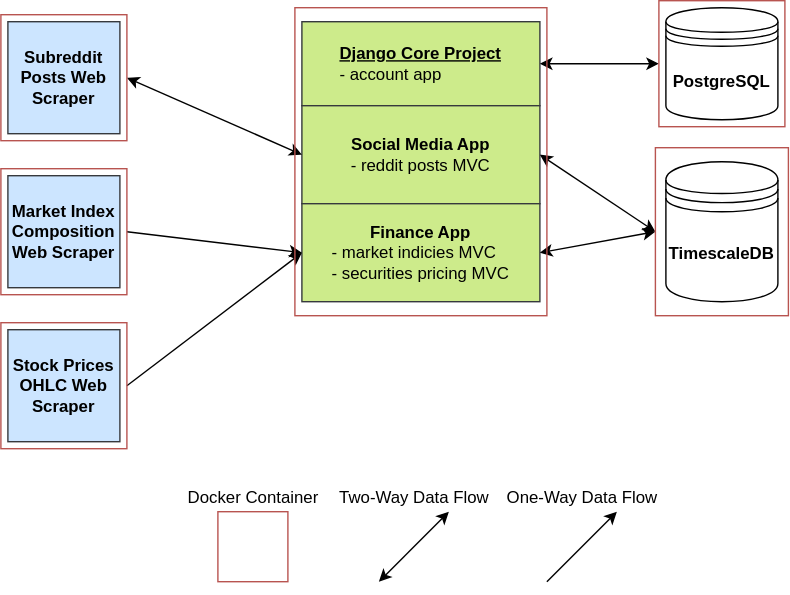
Earlier version of the draw.io export resources/Velkozz_Project.svg (velkoz-data-ingestion/velkozz_web_api). Source tidied: cells renumbered, new cells last; positions are measured from the earlier drawing's top-left corner, leaving out a move shared by most shapes. The source it was exported from:
```xml
<mxGraphModel>
  <root>
    <mxCell id="0" />
    <mxCell id="1" parent="0" />
    <mxCell id="2" value="&lt;div&gt;&lt;b&gt;&lt;u&gt;Django Core Project&lt;/u&gt;&lt;/b&gt;&lt;br&gt;&lt;/div&gt;&lt;div align=&quot;left&quot;&gt;- account app&lt;/div&gt;" style="rounded=0;whiteSpace=wrap;html=1;fillColor=#cdeb8b;strokeColor=#36393d;" parent="1" vertex="1">
      <mxGeometry x="215" y="15" width="170" height="60" as="geometry" />
    </mxCell>
    <mxCell id="3" value="&lt;div&gt;&lt;b&gt;Social Media App&lt;/b&gt;&lt;br&gt;&lt;/div&gt;&lt;div align=&quot;left&quot;&gt;- reddit posts MVC &lt;br&gt;&lt;/div&gt;" style="rounded=0;whiteSpace=wrap;html=1;fillColor=#cdeb8b;strokeColor=#36393d;" parent="1" vertex="1">
      <mxGeometry x="215" y="75" width="170" height="70" as="geometry" />
    </mxCell>
    <mxCell id="4" value="&lt;div&gt;&lt;b&gt;Finance App&lt;/b&gt;&lt;br&gt;&lt;/div&gt;&lt;div align=&quot;left&quot;&gt;- market indicies MVC &lt;br&gt;&lt;/div&gt;&lt;div align=&quot;left&quot;&gt;- securities pricing MVC&lt;br&gt;&lt;/div&gt;" style="rounded=0;whiteSpace=wrap;html=1;fillColor=#cdeb8b;strokeColor=#36393d;" parent="1" vertex="1">
      <mxGeometry x="215" y="145" width="170" height="70" as="geometry" />
    </mxCell>
    <mxCell id="5" style="whiteSpace=wrap;html=1;strokeColor=#b85450;fillColor=none;" parent="1" vertex="1">
      <mxGeometry x="155" y="365" width="50" height="50" as="geometry" />
    </mxCell>
    <mxCell id="6" value="Docker Container" style="text;html=1;align=center;verticalAlign=middle;" parent="1" vertex="1">
      <mxGeometry x="125" y="345" width="110" height="20" as="geometry" />
    </mxCell>
    <mxCell id="7" style="endArrow=classic;startArrow=classic;html=1;" parent="1" edge="1">
      <mxGeometry relative="1" as="geometry">
        <mxPoint x="270" y="415" as="sourcePoint" />
        <mxPoint x="320" y="365" as="targetPoint" />
      </mxGeometry>
    </mxCell>
    <mxCell id="8" value="&lt;div&gt;Two-Way Data Flow&lt;/div&gt;" style="text;html=1;align=center;verticalAlign=middle;" parent="1" vertex="1">
      <mxGeometry x="235" y="345" width="120" height="20" as="geometry" />
    </mxCell>
    <mxCell id="9" value="&lt;b&gt;PostgreSQL&lt;/b&gt;" style="shape=datastore;whiteSpace=wrap;html=1;gradientColor=none;" parent="1" vertex="1">
      <mxGeometry x="475" y="5" width="80" height="80" as="geometry" />
    </mxCell>
    <mxCell id="10" value="&lt;b&gt;TimescaleDB&lt;/b&gt;" style="shape=datastore;whiteSpace=wrap;html=1;fillColor=#ffffff;gradientColor=none;" parent="1" vertex="1">
      <mxGeometry x="475" y="115" width="80" height="100" as="geometry" />
    </mxCell>
    <mxCell id="11" style="endArrow=classic;startArrow=classic;html=1;entryX=0;entryY=0.5;entryDx=0;entryDy=0;exitX=1;exitY=0.5;exitDx=0;exitDy=0;" parent="1" edge="1" source="2" target="23">
      <mxGeometry relative="1" as="geometry" />
    </mxCell>
    <mxCell id="12" style="endArrow=classic;startArrow=classic;html=1;exitX=1;exitY=0.5;exitDx=0;exitDy=0;entryX=0;entryY=0.5;entryDx=0;entryDy=0;" parent="1" edge="1" source="3" target="24">
      <mxGeometry relative="1" as="geometry" />
    </mxCell>
    <mxCell id="13" style="endArrow=classic;startArrow=classic;html=1;exitX=1;exitY=0.5;exitDx=0;exitDy=0;entryX=0;entryY=0.5;entryDx=0;entryDy=0;" parent="1" edge="1" source="4" target="24">
      <mxGeometry relative="1" as="geometry" />
    </mxCell>
    <mxCell id="14" value="&lt;b&gt;Subreddit Posts Web Scraper&lt;br&gt;&lt;/b&gt;" style="whiteSpace=wrap;html=1;fillColor=#cce5ff;strokeColor=#36393d;" parent="1" vertex="1">
      <mxGeometry x="5" y="15" width="80" height="80" as="geometry" />
    </mxCell>
    <mxCell id="15" value="&lt;b&gt;Market Index Composition Web Scraper&lt;br&gt;&lt;/b&gt;" style="whiteSpace=wrap;html=1;fillColor=#cce5ff;strokeColor=#36393d;" parent="1" vertex="1">
      <mxGeometry x="5" y="125" width="80" height="80" as="geometry" />
    </mxCell>
    <mxCell id="16" value="&lt;b&gt;Stock Prices OHLC Web Scraper&lt;br&gt;&lt;/b&gt;" style="whiteSpace=wrap;html=1;fillColor=#cce5ff;strokeColor=#36393d;" parent="1" vertex="1">
      <mxGeometry x="5" y="235" width="80" height="80" as="geometry" />
    </mxCell>
    <mxCell id="17" style="endArrow=classic;startArrow=classic;html=1;entryX=0;entryY=0.5;entryDx=0;entryDy=0;exitX=1;exitY=0.5;exitDx=0;exitDy=0;" parent="1" edge="1" source="22" target="3">
      <mxGeometry relative="1" as="geometry" />
    </mxCell>
    <mxCell id="18" style="endArrow=classic;html=1;entryX=0;entryY=0.5;entryDx=0;entryDy=0;exitX=1;exitY=0.5;exitDx=0;exitDy=0;" parent="1" edge="1" source="20" target="4">
      <mxGeometry relative="1" as="geometry" />
    </mxCell>
    <mxCell id="19" style="endArrow=classic;html=1;exitX=1;exitY=0.5;exitDx=0;exitDy=0;entryX=0;entryY=0.5;entryDx=0;entryDy=0;" parent="1" edge="1" source="21" target="4">
      <mxGeometry relative="1" as="geometry" />
    </mxCell>
    <mxCell id="20" value="&lt;b&gt;&lt;br&gt;&lt;/b&gt;" style="whiteSpace=wrap;html=1;strokeColor=#b85450;fillColor=none;" parent="1" vertex="1">
      <mxGeometry y="120" width="90" height="90" as="geometry" />
    </mxCell>
    <mxCell id="21" value="&lt;b&gt;&lt;br&gt;&lt;/b&gt;" style="whiteSpace=wrap;html=1;strokeColor=#b85450;fillColor=none;" parent="1" vertex="1">
      <mxGeometry y="230" width="90" height="90" as="geometry" />
    </mxCell>
    <mxCell id="22" value="&lt;b&gt;&lt;br&gt;&lt;/b&gt;" style="whiteSpace=wrap;html=1;strokeColor=#b85450;fillColor=none;" parent="1" vertex="1">
      <mxGeometry y="10" width="90" height="90" as="geometry" />
    </mxCell>
    <mxCell id="23" value="&lt;b&gt;&lt;br&gt;&lt;/b&gt;" style="whiteSpace=wrap;html=1;strokeColor=#b85450;fillColor=none;" parent="1" vertex="1">
      <mxGeometry x="470" width="90" height="90" as="geometry" />
    </mxCell>
    <mxCell id="24" style="rounded=0;whiteSpace=wrap;html=1;strokeColor=#b85450;fillColor=none;" parent="1" vertex="1">
      <mxGeometry x="467.5" y="105" width="95" height="120" as="geometry" />
    </mxCell>
    <mxCell id="25" style="rounded=0;whiteSpace=wrap;html=1;strokeColor=#b85450;fillColor=none;" parent="1" vertex="1">
      <mxGeometry x="210" y="5" width="180" height="220" as="geometry" />
    </mxCell>
    <mxCell id="26" style="endArrow=classic;html=1;" parent="1" edge="1">
      <mxGeometry relative="1" as="geometry">
        <mxPoint x="390" y="415" as="sourcePoint" />
        <mxPoint x="440" y="365" as="targetPoint" />
      </mxGeometry>
    </mxCell>
    <mxCell id="27" value="&lt;div&gt;One-Way Data Flow&lt;/div&gt;" style="text;html=1;align=center;verticalAlign=middle;" parent="1" vertex="1">
      <mxGeometry x="355" y="345" width="120" height="20" as="geometry" />
    </mxCell>
  </root>
</mxGraphModel>
```
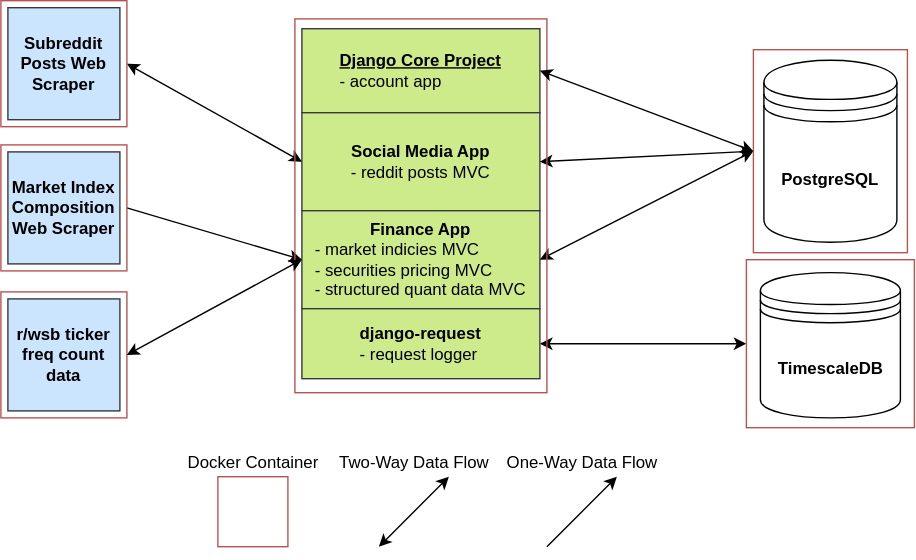
The same file after the commit.

The edit, as a diff of the source:
```diff
@@ -3,36 +3,36 @@
     <mxCell id="0" />
     <mxCell id="1" parent="0" />
     <mxCell id="2" value="&lt;div&gt;&lt;b&gt;&lt;u&gt;Django Core Project&lt;/u&gt;&lt;/b&gt;&lt;br&gt;&lt;/div&gt;&lt;div align=&quot;left&quot;&gt;- account app&lt;/div&gt;" style="rounded=0;whiteSpace=wrap;html=1;fillColor=#cdeb8b;strokeColor=#36393d;" parent="1" vertex="1">
-      <mxGeometry x="215" y="15" width="170" height="60" as="geometry" />
+      <mxGeometry x="215" y="65" width="170" height="60" as="geometry" />
     </mxCell>
     <mxCell id="3" value="&lt;div&gt;&lt;b&gt;Social Media App&lt;/b&gt;&lt;br&gt;&lt;/div&gt;&lt;div align=&quot;left&quot;&gt;- reddit posts MVC &lt;br&gt;&lt;/div&gt;" style="rounded=0;whiteSpace=wrap;html=1;fillColor=#cdeb8b;strokeColor=#36393d;" parent="1" vertex="1">
-      <mxGeometry x="215" y="75" width="170" height="70" as="geometry" />
+      <mxGeometry x="215" y="125" width="170" height="70" as="geometry" />
     </mxCell>
-    <mxCell id="4" value="&lt;div&gt;&lt;b&gt;Finance App&lt;/b&gt;&lt;br&gt;&lt;/div&gt;&lt;div align=&quot;left&quot;&gt;- market indicies MVC &lt;br&gt;&lt;/div&gt;&lt;div align=&quot;left&quot;&gt;- securities pricing MVC&lt;br&gt;&lt;/div&gt;" style="rounded=0;whiteSpace=wrap;html=1;fillColor=#cdeb8b;strokeColor=#36393d;" parent="1" vertex="1">
-      <mxGeometry x="215" y="145" width="170" height="70" as="geometry" />
+    <mxCell id="4" value="&lt;div&gt;&lt;b&gt;Finance App&lt;/b&gt;&lt;br&gt;&lt;/div&gt;&lt;div align=&quot;left&quot;&gt;- market indicies MVC &lt;br&gt;&lt;/div&gt;&lt;div align=&quot;left&quot;&gt;- securities pricing MVC&lt;/div&gt;&lt;div&gt;- structured quant data MVC&lt;br&gt;&lt;/div&gt;" style="rounded=0;whiteSpace=wrap;html=1;fillColor=#cdeb8b;strokeColor=#36393d;" parent="1" vertex="1">
+      <mxGeometry x="215" y="195" width="170" height="70" as="geometry" />
     </mxCell>
     <mxCell id="5" style="whiteSpace=wrap;html=1;strokeColor=#b85450;fillColor=none;" parent="1" vertex="1">
-      <mxGeometry x="155" y="365" width="50" height="50" as="geometry" />
+      <mxGeometry x="155" y="385" width="50" height="50" as="geometry" />
     </mxCell>
     <mxCell id="6" value="Docker Container" style="text;html=1;align=center;verticalAlign=middle;" parent="1" vertex="1">
-      <mxGeometry x="125" y="345" width="110" height="20" as="geometry" />
+      <mxGeometry x="125" y="365" width="110" height="20" as="geometry" />
     </mxCell>
     <mxCell id="7" style="endArrow=classic;startArrow=classic;html=1;" parent="1" edge="1">
       <mxGeometry relative="1" as="geometry">
-        <mxPoint x="270" y="415" as="sourcePoint" />
-        <mxPoint x="320" y="365" as="targetPoint" />
+        <mxPoint x="270" y="435" as="sourcePoint" />
+        <mxPoint x="320" y="385" as="targetPoint" />
       </mxGeometry>
     </mxCell>
     <mxCell id="8" value="&lt;div&gt;Two-Way Data Flow&lt;/div&gt;" style="text;html=1;align=center;verticalAlign=middle;" parent="1" vertex="1">
-      <mxGeometry x="235" y="345" width="120" height="20" as="geometry" />
+      <mxGeometry x="235" y="365" width="120" height="20" as="geometry" />
     </mxCell>
     <mxCell id="9" value="&lt;b&gt;PostgreSQL&lt;/b&gt;" style="shape=datastore;whiteSpace=wrap;html=1;gradientColor=none;" parent="1" vertex="1">
-      <mxGeometry x="475" y="5" width="80" height="80" as="geometry" />
+      <mxGeometry x="545" y="87.5" width="95" height="130" as="geometry" />
     </mxCell>
     <mxCell id="10" value="&lt;b&gt;TimescaleDB&lt;/b&gt;" style="shape=datastore;whiteSpace=wrap;html=1;fillColor=#ffffff;gradientColor=none;" parent="1" vertex="1">
-      <mxGeometry x="475" y="115" width="80" height="100" as="geometry" />
+      <mxGeometry x="542.5" y="239.2" width="100" height="103.8" as="geometry" />
     </mxCell>
-    <mxCell id="11" style="endArrow=classic;startArrow=classic;html=1;entryX=0;entryY=0.5;entryDx=0;entryDy=0;exitX=1;exitY=0.5;exitDx=0;exitDy=0;" parent="1" edge="1" source="2" target="23">
+    <mxCell id="11" style="endArrow=classic;startArrow=classic;html=1;entryX=0;entryY=0.5;entryDx=0;entryDy=0;exitX=1;exitY=0.5;exitDx=0;exitDy=0;" parent="1" edge="1" source="30" target="23">
       <mxGeometry relative="1" as="geometry" />
     </mxCell>
     <mxCell id="12" style="endArrow=classic;startArrow=classic;html=1;exitX=1;exitY=0.5;exitDx=0;exitDy=0;entryX=0;entryY=0.5;entryDx=0;entryDy=0;" parent="1" edge="1" source="3" target="24">
@@ -42,49 +42,55 @@
       <mxGeometry relative="1" as="geometry" />
     </mxCell>
     <mxCell id="14" value="&lt;b&gt;Subreddit Posts Web Scraper&lt;br&gt;&lt;/b&gt;" style="whiteSpace=wrap;html=1;fillColor=#cce5ff;strokeColor=#36393d;" parent="1" vertex="1">
-      <mxGeometry x="5" y="15" width="80" height="80" as="geometry" />
+      <mxGeometry x="5" y="50" width="80" height="80" as="geometry" />
     </mxCell>
     <mxCell id="15" value="&lt;b&gt;Market Index Composition Web Scraper&lt;br&gt;&lt;/b&gt;" style="whiteSpace=wrap;html=1;fillColor=#cce5ff;strokeColor=#36393d;" parent="1" vertex="1">
-      <mxGeometry x="5" y="125" width="80" height="80" as="geometry" />
+      <mxGeometry x="5" y="153" width="80" height="80" as="geometry" />
     </mxCell>
-    <mxCell id="16" value="&lt;b&gt;Stock Prices OHLC Web Scraper&lt;br&gt;&lt;/b&gt;" style="whiteSpace=wrap;html=1;fillColor=#cce5ff;strokeColor=#36393d;" parent="1" vertex="1">
-      <mxGeometry x="5" y="235" width="80" height="80" as="geometry" />
-    </mxCell>
     <mxCell id="17" style="endArrow=classic;startArrow=classic;html=1;entryX=0;entryY=0.5;entryDx=0;entryDy=0;exitX=1;exitY=0.5;exitDx=0;exitDy=0;" parent="1" edge="1" source="22" target="3">
       <mxGeometry relative="1" as="geometry" />
     </mxCell>
     <mxCell id="18" style="endArrow=classic;html=1;entryX=0;entryY=0.5;entryDx=0;entryDy=0;exitX=1;exitY=0.5;exitDx=0;exitDy=0;" parent="1" edge="1" source="20" target="4">
       <mxGeometry relative="1" as="geometry" />
     </mxCell>
-    <mxCell id="19" style="endArrow=classic;html=1;exitX=1;exitY=0.5;exitDx=0;exitDy=0;entryX=0;entryY=0.5;entryDx=0;entryDy=0;" parent="1" edge="1" source="21" target="4">
-      <mxGeometry relative="1" as="geometry" />
-    </mxCell>
     <mxCell id="20" value="&lt;b&gt;&lt;br&gt;&lt;/b&gt;" style="whiteSpace=wrap;html=1;strokeColor=#b85450;fillColor=none;" parent="1" vertex="1">
-      <mxGeometry y="120" width="90" height="90" as="geometry" />
+      <mxGeometry y="148" width="90" height="90" as="geometry" />
     </mxCell>
-    <mxCell id="21" value="&lt;b&gt;&lt;br&gt;&lt;/b&gt;" style="whiteSpace=wrap;html=1;strokeColor=#b85450;fillColor=none;" parent="1" vertex="1">
-      <mxGeometry y="230" width="90" height="90" as="geometry" />
-    </mxCell>
     <mxCell id="22" value="&lt;b&gt;&lt;br&gt;&lt;/b&gt;" style="whiteSpace=wrap;html=1;strokeColor=#b85450;fillColor=none;" parent="1" vertex="1">
-      <mxGeometry y="10" width="90" height="90" as="geometry" />
+      <mxGeometry y="45" width="90" height="90" as="geometry" />
     </mxCell>
     <mxCell id="23" value="&lt;b&gt;&lt;br&gt;&lt;/b&gt;" style="whiteSpace=wrap;html=1;strokeColor=#b85450;fillColor=none;" parent="1" vertex="1">
-      <mxGeometry x="470" width="90" height="90" as="geometry" />
+      <mxGeometry x="532.5" y="230" width="120" height="120" as="geometry" />
     </mxCell>
     <mxCell id="24" style="rounded=0;whiteSpace=wrap;html=1;strokeColor=#b85450;fillColor=none;" parent="1" vertex="1">
-      <mxGeometry x="467.5" y="105" width="95" height="120" as="geometry" />
+      <mxGeometry x="537.5" y="80" width="110" height="145" as="geometry" />
     </mxCell>
     <mxCell id="25" style="rounded=0;whiteSpace=wrap;html=1;strokeColor=#b85450;fillColor=none;" parent="1" vertex="1">
-      <mxGeometry x="210" y="5" width="180" height="220" as="geometry" />
+      <mxGeometry x="210" y="58" width="180" height="267" as="geometry" />
     </mxCell>
     <mxCell id="26" style="endArrow=classic;html=1;" parent="1" edge="1">
       <mxGeometry relative="1" as="geometry">
-        <mxPoint x="390" y="415" as="sourcePoint" />
-        <mxPoint x="440" y="365" as="targetPoint" />
+        <mxPoint x="390" y="435" as="sourcePoint" />
+        <mxPoint x="440" y="385" as="targetPoint" />
       </mxGeometry>
     </mxCell>
     <mxCell id="27" value="&lt;div&gt;One-Way Data Flow&lt;/div&gt;" style="text;html=1;align=center;verticalAlign=middle;" parent="1" vertex="1">
-      <mxGeometry x="355" y="345" width="120" height="20" as="geometry" />
+      <mxGeometry x="355" y="365" width="120" height="20" as="geometry" />
     </mxCell>
+    <mxCell id="28" value="&lt;b&gt;r/wsb ticker freq count data&lt;br&gt;&lt;/b&gt;" style="whiteSpace=wrap;html=1;fillColor=#cce5ff;strokeColor=#36393d;" parent="1" vertex="1">
+      <mxGeometry x="5" y="258" width="80" height="80" as="geometry" />
+    </mxCell>
+    <mxCell id="29" value="&lt;b&gt;&lt;br&gt;&lt;/b&gt;" style="whiteSpace=wrap;html=1;strokeColor=#b85450;fillColor=none;" parent="1" vertex="1">
+      <mxGeometry y="253" width="90" height="90" as="geometry" />
+    </mxCell>
+    <mxCell id="30" value="&lt;div&gt;&lt;b&gt;django-request&lt;/b&gt;&lt;br&gt;&lt;/div&gt;&lt;div align=&quot;left&quot;&gt;- request logger &lt;br&gt;&lt;/div&gt;" style="rounded=0;whiteSpace=wrap;html=1;fillColor=#cdeb8b;strokeColor=#36393d;" parent="1" vertex="1">
+      <mxGeometry x="215" y="265" width="170" height="50" as="geometry" />
+    </mxCell>
+    <mxCell id="31" style="endArrow=classic;startArrow=classic;html=1;exitX=1;exitY=0.5;exitDx=0;exitDy=0;entryX=0;entryY=0.5;entryDx=0;entryDy=0;" parent="1" edge="1" source="2" target="24">
+      <mxGeometry relative="1" as="geometry" />
+    </mxCell>
+    <mxCell id="32" style="endArrow=classic;startArrow=classic;html=1;exitX=1;exitY=0.5;exitDx=0;exitDy=0;entryX=0;entryY=0.5;entryDx=0;entryDy=0;" parent="1" edge="1" source="29" target="4">
+      <mxGeometry relative="1" as="geometry" />
+    </mxCell>
   </root>
 </mxGraphModel>
```
